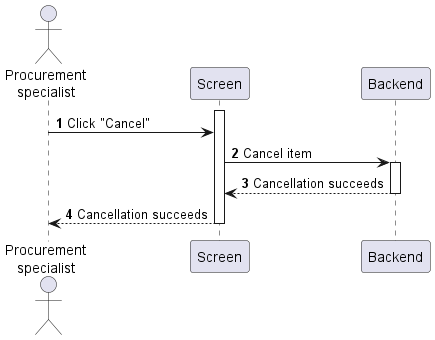
Before: sequences/purchase-order-cancel.png, a diagram exported from PlantUML (phihungha/scmss-reqs). The source it was exported from:
```plantuml
@startuml purchase-order-cancel
autonumber

actor "Procurement\nspecialist" as a
participant Screen as f
participant Backend as b

activate f
a -> f : Click "Cancel"
f -> b : Cancel item
activate b
return Cancellation succeeds
f --> a : Cancellation succeeds
deactivate f
@enduml
```
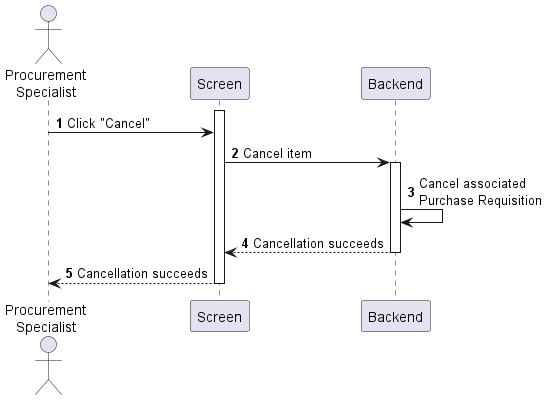
After the commit.

The edit, as a diff of the source:
```diff
@@ -1,7 +1,7 @@
 @startuml purchase-order-cancel
 autonumber
 
-actor "Procurement\nspecialist" as a
+actor "Procurement\nSpecialist" as a
 participant Screen as f
 participant Backend as b
 
@@ -9,6 +9,7 @@
 a -> f : Click "Cancel"
 f -> b : Cancel item
 activate b
+b -> b : Cancel associated\nPurchase Requisition
 return Cancellation succeeds
 f --> a : Cancellation succeeds
 deactivate f
```
